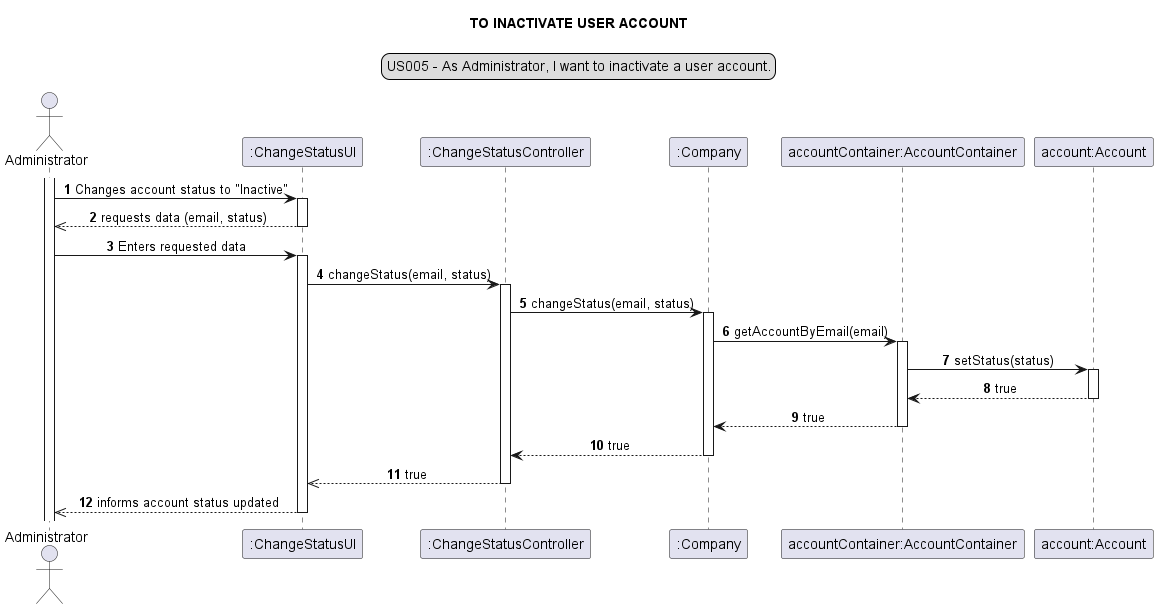
The PlantUML diagram docs/modelling_design/user_stories/sprint01/us005/US005_sequenceDiagram-TO_INACTIVATE_USER_ACCOUNT.png in Loracline/project_switch_22-23, before a commit. Source of this version:
```plantuml
@startuml
legend top
US005 - As Administrator, I want to inactivate a user account.
end legend
skinparam sequenceMessageAlign center
title TO INACTIVATE USER ACCOUNT
autonumber
actor "Administrator" as admin
participant ":ChangeStatusUI" as ui
participant ":ChangeStatusController" as controller
participant ":Company" as company
participant "accountContainer:AccountContainer" as container
participant "account:Account" as account

activate admin
admin -> ui : Changes account status to "Inactive"
activate ui
ui -->> admin: requests data (email, status)
deactivate ui
admin -> ui: Enters requested data
activate ui
ui -> controller: changeStatus(email, status)
activate controller
controller -> company: changeStatus(email, status)
activate company
company -> container: getAccountByEmail(email)
activate container
container -> account: setStatus(status)
activate account
container <-- account: true
deactivate account
container --> company: true
deactivate container
company --> controller: true
deactivate company
controller -->> ui: true
deactivate controller
ui -->> admin: informs account status updated
deactivate ui

@enduml
```
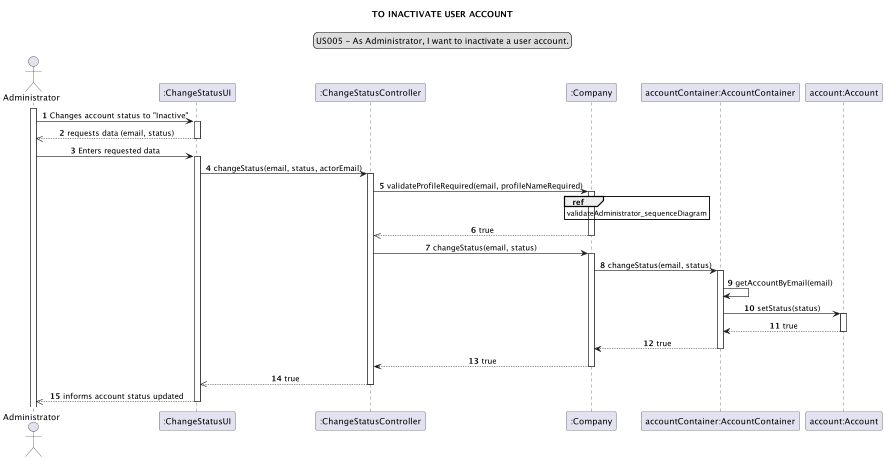
After the commit.

Change to the diagram source:
```diff
@@ -5,26 +5,37 @@
 skinparam sequenceMessageAlign center
 title TO INACTIVATE USER ACCOUNT
 autonumber
-actor "Administrator" as admin
+actor "Administrator" as administrator
 participant ":ChangeStatusUI" as ui
 participant ":ChangeStatusController" as controller
 participant ":Company" as company
 participant "accountContainer:AccountContainer" as container
 participant "account:Account" as account
 
-activate admin
-admin -> ui : Changes account status to "Inactive"
+activate administrator
+
+administrator -> ui : Changes account status to "Inactive"
 activate ui
-ui -->> admin: requests data (email, status)
+
+ui -->> administrator: requests data (email, status)
 deactivate ui
-admin -> ui: Enters requested data
+administrator -> ui: Enters requested data
 activate ui
-ui -> controller: changeStatus(email, status)
+
+ui -> controller: changeStatus(email, status, actorEmail)
 activate controller
+
+controller -> company: validateProfileRequired(email, profileNameRequired)
+activate company
+ref over company: validateAdministrator_sequenceDiagram
+company -->> controller: true
+deactivate company
 controller -> company: changeStatus(email, status)
 activate company
-company -> container: getAccountByEmail(email)
+
+company ->container: changeStatus(email, status)
 activate container
+container-> container: getAccountByEmail(email)
 container -> account: setStatus(status)
 activate account
 container <-- account: true
@@ -35,7 +46,7 @@
 deactivate company
 controller -->> ui: true
 deactivate controller
-ui -->> admin: informs account status updated
+ui -->> administrator: informs account status updated
 deactivate ui
 
 @enduml
```
